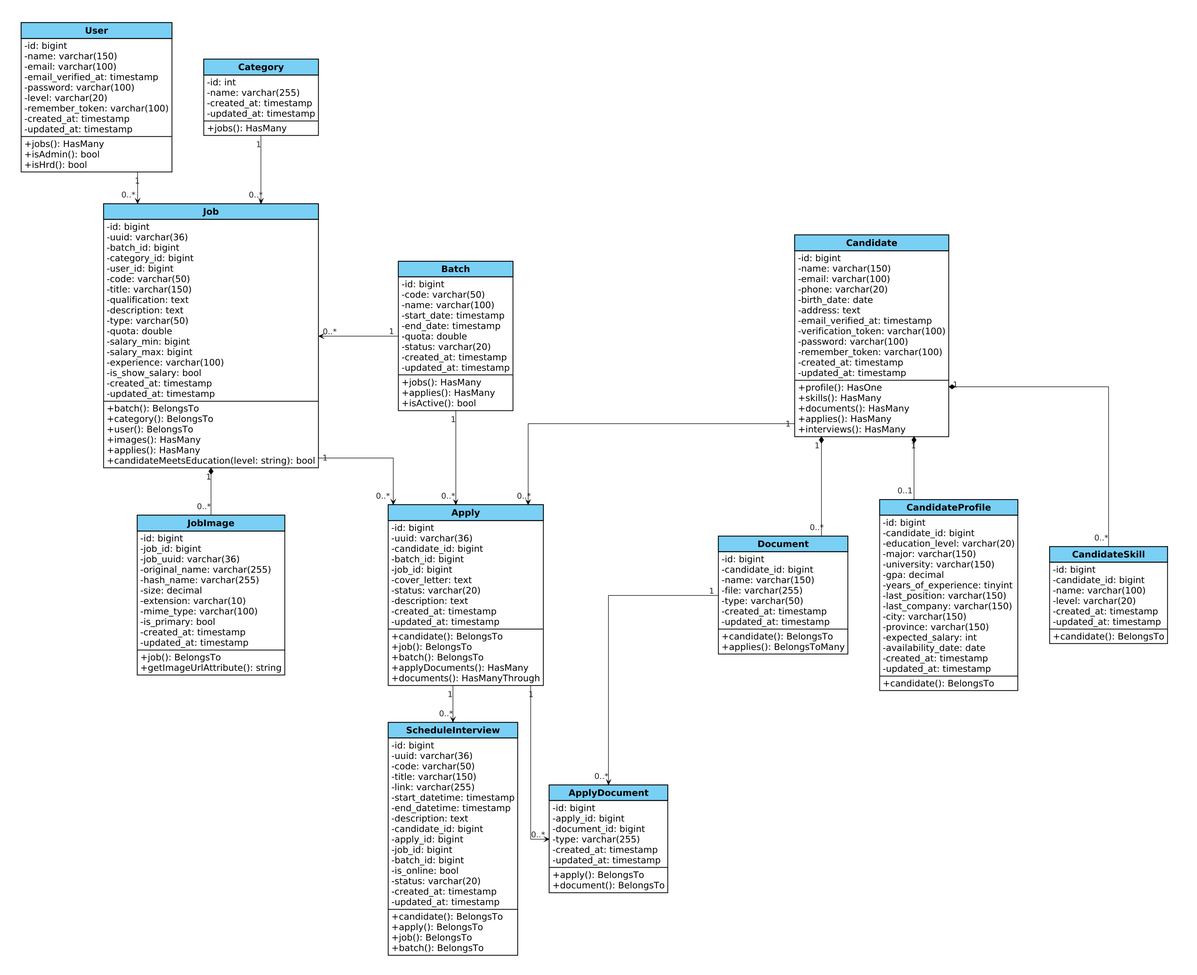
Earlier version of the PlantUML export public/assets/diagrams/VP/Class_Diagram_No_Enum.png (Madtive-Studio/klinik_keluarga_career). Its diagram source:
```plantuml
@startuml
skinparam defaultFontName Arial
skinparam defaultFontSize 17
skinparam dpi 140
skinparam defaultFontColor #000000
skinparam shadowing false
skinparam roundcorner 0
skinparam linetype ortho
skinparam nodesep 60
skinparam ranksep 60

hide circle
skinparam classAttributeIconSize 0

skinparam package {
  BackgroundColor transparent
  BorderColor transparent
  FontColor transparent
  FontSize 1
}

skinparam class {
  BackgroundColor #FFFFFF
  HeaderBackgroundColor #7ACFF5
  BorderColor #000000
  BorderThickness 1.5
  FontColor #000000
  FontSize 19
  FontName Arial
  FontStyle bold
  AttributeFontColor #000000
  AttributeFontSize 17
  AttributeFontName Arial
}

skinparam ArrowColor #000000
skinparam ArrowFontSize 15
skinparam ArrowFontColor #222222

package "Vacancies" {
  class User {
    -id: bigint
    -name: varchar(150)
    -email: varchar(100)
    -email_verified_at: timestamp
    -password: varchar(100)
    -level: varchar(20)
    -remember_token: varchar(100)
    -created_at: timestamp
    -updated_at: timestamp
    __
    +jobs(): HasMany
    +isAdmin(): bool
    +isHrd(): bool
  }

  class Category {
    -id: int
    -name: varchar(255)
    -created_at: timestamp
    -updated_at: timestamp
    __
    +jobs(): HasMany
  }

  class Job {
    -id: bigint
    -uuid: varchar(36)
    -batch_id: bigint
    -category_id: bigint
    -user_id: bigint
    -code: varchar(50)
    -title: varchar(150)
    -qualification: text
    -description: text
    -type: varchar(50)
    -quota: double
    -salary_min: bigint
    -salary_max: bigint
    -experience: varchar(100)
    -is_show_salary: bool
    -created_at: timestamp
    -updated_at: timestamp
    __
    +batch(): BelongsTo
    +category(): BelongsTo
    +user(): BelongsTo
    +images(): HasMany
    +applies(): HasMany
    +candidateMeetsEducation(level: string): bool
  }

  class JobImage {
    -id: bigint
    -job_id: bigint
    -job_uuid: varchar(36)
    -original_name: varchar(255)
    -hash_name: varchar(255)
    -size: decimal
    -extension: varchar(10)
    -mime_type: varchar(100)
    -is_primary: bool
    -created_at: timestamp
    -updated_at: timestamp
    __
    +job(): BelongsTo
    +getImageUrlAttribute(): string
  }
}

package "Selection" {
  class Batch {
    -id: bigint
    -code: varchar(50)
    -name: varchar(100)
    -start_date: timestamp
    -end_date: timestamp
    -quota: double
    -status: varchar(20)
    -created_at: timestamp
    -updated_at: timestamp
    __
    +jobs(): HasMany
    +applies(): HasMany
    +isActive(): bool
  }

  class Apply {
    -id: bigint
    -uuid: varchar(36)
    -candidate_id: bigint
    -batch_id: bigint
    -job_id: bigint
    -cover_letter: text
    -status: varchar(20)
    -description: text
    -created_at: timestamp
    -updated_at: timestamp
    __
    +candidate(): BelongsTo
    +job(): BelongsTo
    +batch(): BelongsTo
    +applyDocuments(): HasMany
    +documents(): HasManyThrough
  }

  class ApplyDocument {
    -id: bigint
    -apply_id: bigint
    -document_id: bigint
    -type: varchar(255)
    -created_at: timestamp
    -updated_at: timestamp
    __
    +apply(): BelongsTo
    +document(): BelongsTo
  }

  class ScheduleInterview {
    -id: bigint
    -uuid: varchar(36)
    -code: varchar(50)
    -title: varchar(150)
    -link: varchar(255)
    -start_datetime: timestamp
    -end_datetime: timestamp
    -description: text
    -candidate_id: bigint
    -apply_id: bigint
    -job_id: bigint
    -batch_id: bigint
    -is_online: bool
    -status: varchar(20)
    -created_at: timestamp
    -updated_at: timestamp
    __
    +candidate(): BelongsTo
    +apply(): BelongsTo
    +job(): BelongsTo
    +batch(): BelongsTo
  }
}

package "CandidatePkg" {
  class Candidate {
    -id: bigint
    -name: varchar(150)
    -email: varchar(100)
    -phone: varchar(20)
    -birth_date: date
    -address: text
    -email_verified_at: timestamp
    -verification_token: varchar(100)
    -password: varchar(100)
    -remember_token: varchar(100)
    -created_at: timestamp
    -updated_at: timestamp
    __
    +profile(): HasOne
    +skills(): HasMany
    +documents(): HasMany
    +applies(): HasMany
    +interviews(): HasMany
  }

  class CandidateProfile {
    -id: bigint
    -candidate_id: bigint
    -education_level: varchar(20)
    -major: varchar(150)
    -university: varchar(150)
    -gpa: decimal
    -years_of_experience: tinyint
    -last_position: varchar(150)
    -last_company: varchar(150)
    -city: varchar(150)
    -province: varchar(150)
    -expected_salary: int
    -availability_date: date
    -created_at: timestamp
    -updated_at: timestamp
    __
    +candidate(): BelongsTo
  }

  class CandidateSkill {
    -id: bigint
    -candidate_id: bigint
    -name: varchar(100)
    -level: varchar(20)
    -created_at: timestamp
    -updated_at: timestamp
    __
    +candidate(): BelongsTo
  }

  class Document {
    -id: bigint
    -candidate_id: bigint
    -name: varchar(150)
    -file: varchar(255)
    -type: varchar(50)
    -created_at: timestamp
    -updated_at: timestamp
    __
    +candidate(): BelongsTo
    +applies(): BelongsToMany
  }
}

Vacancies -[hidden]right-> Selection
Selection -[hidden]right-> CandidatePkg


User "1" -down-> "0..*" Job
Category "1" -down-> "0..*" Job
Job "1" *-down- "0..*" JobImage

Apply "1" -down-> "0..*" ApplyDocument
Apply "1" -down-> "0..*" ScheduleInterview

Candidate "1" *-down- "0..*" Document
Candidate "1" *-down- "0..1" CandidateProfile
Candidate "1" *-down- "0..*" CandidateSkill
Document -[hidden]right-> CandidateProfile
CandidateProfile -[hidden]right-> CandidateSkill


Batch "1" -left-> "0..*" Job

Batch "1" -down-> "0..*" Apply

Job "1" -right-> "0..*" Apply

Candidate "1" -left-> "0..*" Apply

Document "1" -[#000000]down-> "0..*" ApplyDocument
@enduml
```
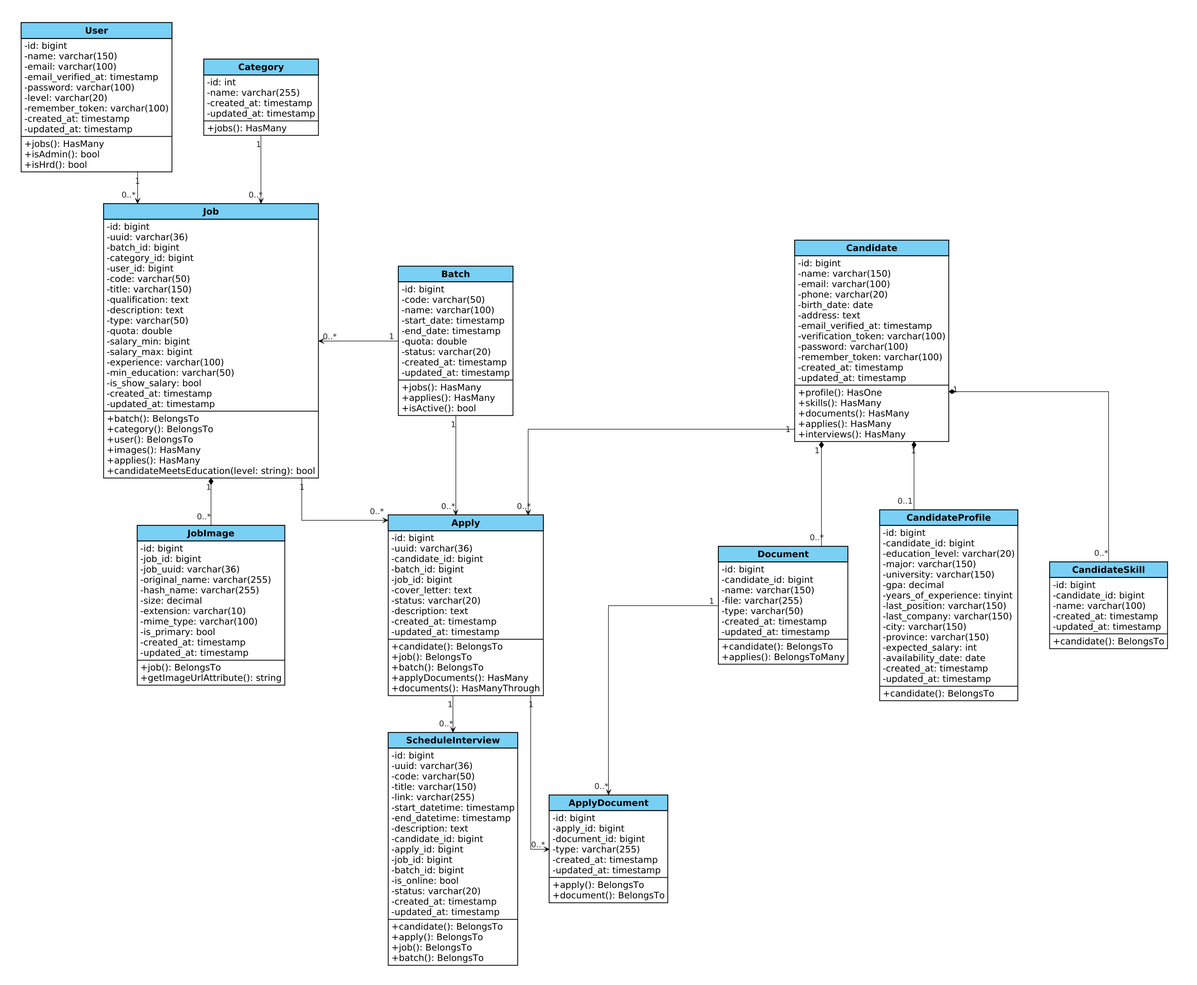
After the commit.

Commit message:
docs: re-render class and sequence diagram PNG images

Diff of the diagram source:
```diff
@@ -78,6 +78,7 @@
     -salary_min: bigint
     -salary_max: bigint
     -experience: varchar(100)
+    -min_education: varchar(50)
     -is_show_salary: bool
     -created_at: timestamp
     -updated_at: timestamp
@@ -227,7 +228,6 @@
     -id: bigint
     -candidate_id: bigint
     -name: varchar(100)
-    -level: varchar(20)
     -created_at: timestamp
     -updated_at: timestamp
     __
```
